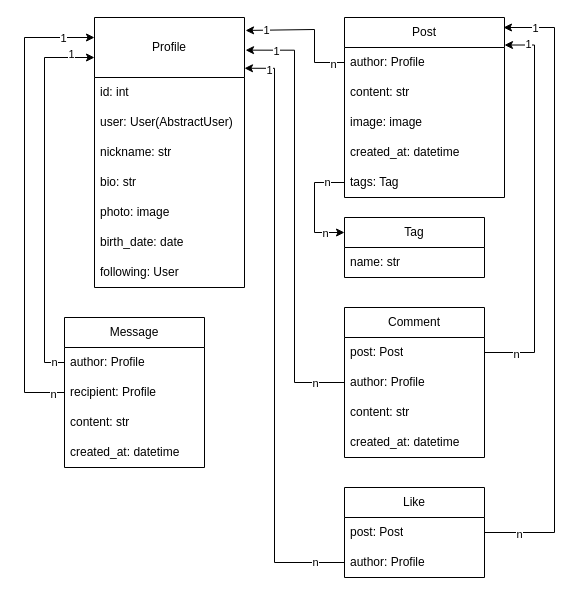
Above: diagram_social_media_api.drawio in TetyanaPavlyuk/social-media-api (draw.io), before the change. Source tidied: cells renumbered, new cells numbered last; positions are measured from the earlier drawing's top-left corner, leaving out a move shared by most shapes. Both pictures are drawn from the tidied source at 100%, with x=0, y=0 at pixel (24, 17).
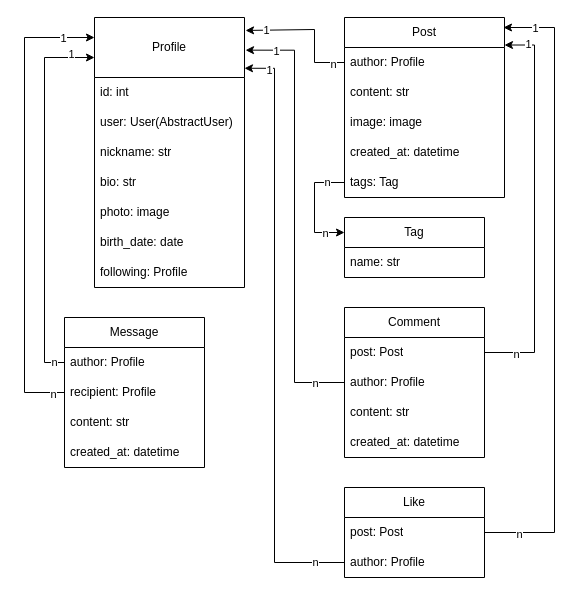
The same page after the edit.

Unchanged cells that the change refers to:
```xml
<mxCell id="11" value="Profile" style="swimlane;fontStyle=0;horizontal=1;startSize=60;whiteSpace=wrap;html=1;" parent="1" vertex="1">
  <mxGeometry x="70" width="150" height="270" as="geometry" />
</mxCell>
```

The edit, as a diff of the source:
```diff
@@
-    <mxCell id="18" value="following: User" style="text;strokeColor=none;fillColor=none;align=left;verticalAlign=middle;spacingLeft=4;spacingRight=4;overflow=hidden;whiteSpace=wrap;html=1;" parent="11" vertex="1">
+    <mxCell id="18" value="following: Profile" style="text;strokeColor=none;fillColor=none;align=left;verticalAlign=middle;spacingLeft=4;spacingRight=4;overflow=hidden;whiteSpace=wrap;html=1;" parent="11" vertex="1">
       <mxGeometry y="240" width="150" height="30" as="geometry" />
     </mxCell>
```
